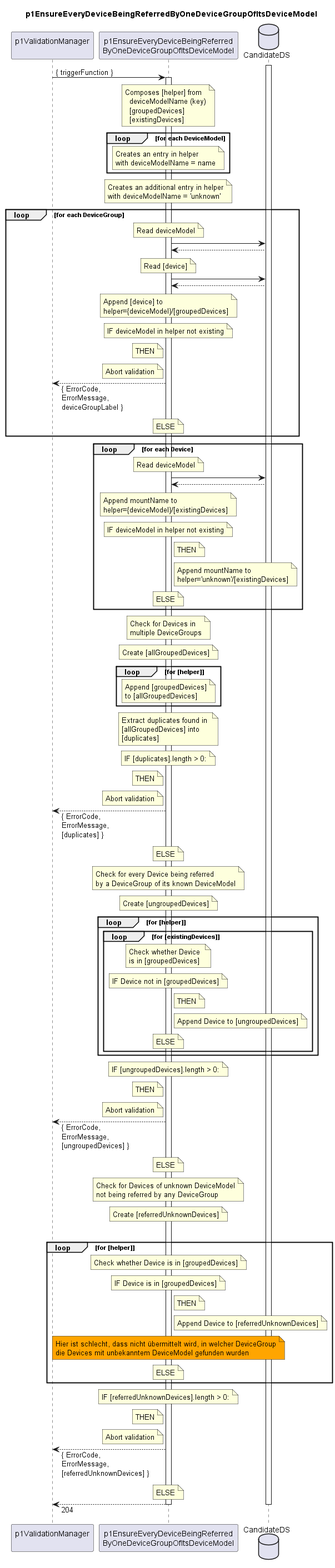
Earlier version of the PlantUML export spec/Functions/Validation/p1EnsureEveryDeviceBeingReferredByOneDeviceGroupOfItsDeviceModel/1.0.0/delete_me/p1EnsureEveryDeviceBeingReferredByOneDeviceGroupOfItsDeviceModel.png (openBackhaul/FirmWareManager).
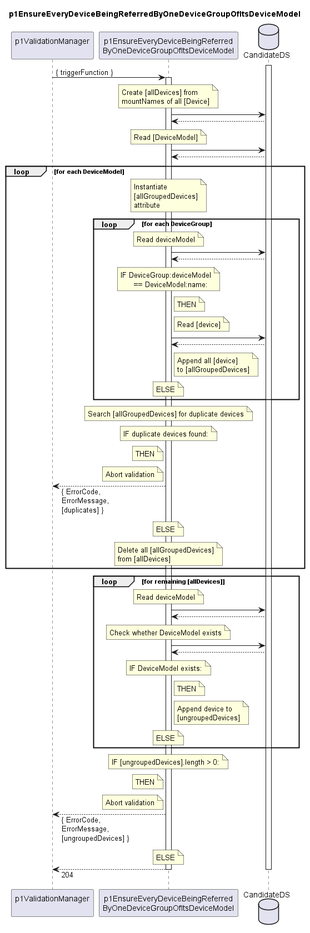
The same file after the commit.

The edit, as a diff of the source:
```diff
@@ -14,40 +14,56 @@
 activate valiFun
 
   note over valiFun
-    Composes [helper] from
-      deviceModelName (key)
-      [groupedDevices]
-      [existingDevices]
+    Create [allDevices] from
+    mountNames of all [Device]
   end note
+  valiFun -> CanDS
+  valiFun <-- CanDS
 
+  note over valiFun
+    Read [DeviceModel]
+  end note
+  valiFun -> CanDS
+  valiFun <-- CanDS
   loop for each DeviceModel
     note over valiFun
-      Creates an entry in helper
-      with deviceModelName = name
+      Instantiate
+      [allGroupedDevices]
+      attribute
     end note
-  end loop
-  note over valiFun
-    Creates an additional entry in helper
-    with deviceModelName = 'unknown'
-  end note
 
-  loop for each DeviceGroup
+    loop for each DeviceGroup
+      note over valiFun
+        Read deviceModel
+      end note
+      valiFun -> CanDS
+      valiFun <-- CanDS
+      note over valiFun
+        IF DeviceGroup:deviceModel
+              == DeviceModel:name:
+      end note
+      note right valiFun
+        THEN
+      end note
+      note right valiFun
+        Read [device]
+      end note
+      valiFun -> CanDS
+      valiFun <-- CanDS
+      note right valiFun
+        Append all [device]
+        to [allGroupedDevices]
+      end note
+      note over valiFun
+        ELSE
+      end note
+    end loop
+
     note over valiFun
-      Read deviceModel
-    end note
-    valiFun -> CanDS
-    valiFun <-- CanDS
-    note over valiFun
-      Read [device]
-    end note
-    valiFun -> CanDS
-    valiFun <-- CanDS
-    note over valiFun
-      Append [device] to
-      helper={deviceModel}/[groupedDevices]
+      Search [allGroupedDevices] for duplicate devices
     end note
     note over valiFun
-      IF deviceModel in helper not existing
+      IF duplicate devices found:
     end note
     note left valiFun
       THEN
@@ -55,95 +71,41 @@
     note left valiFun
       Abort validation
     end note
-    valiMan <-- valiFun: { ErrorCode,\nErrorMessage,\ndeviceGroupLabel }
+    valiMan <-- valiFun: { ErrorCode,\nErrorMessage,\n[duplicates] }
     note over valiFun
       ELSE
     end note
+
+    note over valiFun
+      Delete all [allGroupedDevices]
+      from [allDevices]
+    end note
   end loop
 
-  loop for each Device
+  loop for remaining [allDevices]
     note over valiFun
       Read deviceModel
     end note
     valiFun -> CanDS
     valiFun <-- CanDS
     note over valiFun
-      Append mountName to
-      helper={deviceModel}/[existingDevices]
+      Check whether DeviceModel exists
     end note
+    valiFun -> CanDS
+    valiFun <-- CanDS
     note over valiFun
-      IF deviceModel in helper not existing
+      IF DeviceModel exists:
     end note
     note right valiFun
       THEN
     end note
     note right valiFun
-      Append mountName to
-      helper='unknown'/[existingDevices]
+      Append device to
+      [ungroupedDevices]
     end note
     note over valiFun
       ELSE
     end note
-  end loop
-
-  note over valiFun
-    Check for Devices in
-    multiple DeviceGroups
-  end note
-  note over valiFun
-    Create [allGroupedDevices]
-  end note
-  loop for [helper]
-    note over valiFun
-      Append [groupedDevices]
-      to [allGroupedDevices]
-    end note
-  end loop
-  note over valiFun
-    Extract duplicates found in
-    [allGroupedDevices] into
-    [duplicates]
-  end note
-  note over valiFun
-    IF [duplicates].length > 0:
-  end note
-  note left valiFun
-    THEN
-  end note
-  note left valiFun
-    Abort validation
-  end note
-  valiMan <-- valiFun: { ErrorCode,\nErrorMessage,\n[duplicates] }
-  note over valiFun
-    ELSE
-  end note
-
-  note over valiFun
-    Check for every Device being referred
-    by a DeviceGroup of its known DeviceModel
-  end note
-  note over valiFun
-    Create [ungroupedDevices]
-  end note
-  loop for [helper]
-    loop for [existingDevices]
-      note over valiFun
-        Check whether Device
-        is in [groupedDevices]
-      end note
-      note over valiFun
-        IF Device not in [groupedDevices]
-      end note
-      note right valiFun
-        THEN
-      end note
-      note right valiFun
-        Append Device to [ungroupedDevices]
-      end note
-      note over valiFun
-        ELSE
-      end note
-    end loop
   end loop
   note over valiFun
     IF [ungroupedDevices].length > 0:
@@ -159,54 +121,6 @@
     ELSE
   end note
 
-  note over valiFun
-    Check for Devices of unknown DeviceModel
-    not being referred by any DeviceGroup
-  end note
-  note over valiFun
-    Create [referredUnknownDevices]
-  end note
-  loop for each helper='unknown'/[existingDevices]
-    loop for [helper]
-      note over valiFun
-        Check whether Device is in [groupedDevices]
-      end note
-    note over valiFun
-      IF Device is in [groupedDevices]
-    end note
-    note right valiFun
-      THEN
-    end note
-    note right valiFun
-      Append Device to [referredUnknownDevices]
-    end note
-
-  note over valiFun #Orange
-    Hier ist schlecht, dass nicht übermittelt wird, in welcher DeviceGroup
-    die Devices mit unbekanntem DeviceModel gefunden wurden
-  end note
-
-
-    note over valiFun
-      ELSE
-    end note
-  end loop
-  note over valiFun
-    IF [referredUnknownDevices].length > 0:
-  end note
-  note left valiFun
-    THEN
-  end note
-  note left valiFun
-    Abort validation
-  end note
-  valiMan <-- valiFun: { ErrorCode,\nErrorMessage,\n[referredUnknownDevices] }
-  note over valiFun
-    ELSE
-  end note
-
-
-
 valiMan <-- valiFun: 204
 deactivate valiFun
 deactivate CanDS
```
